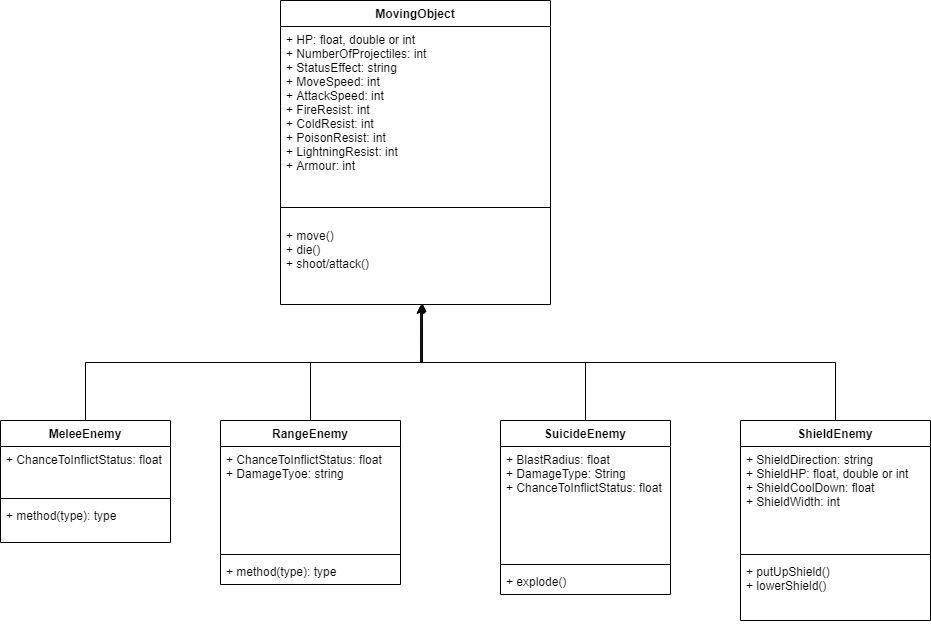
Earlier version of the draw.io export SE100-P0 Unity Game Project Class Diagram.png (asdqwe02/Project-NDC). Source tidied: cells renumbered, new cells last; positions are measured from the earlier drawing's top-left corner, leaving out a move shared by most shapes. Its diagram source:
```xml
<mxGraphModel>
  <root>
    <mxCell id="0" />
    <mxCell id="1" parent="0" />
    <mxCell id="2" value="MovingObject" style="swimlane;fontStyle=1;align=center;verticalAlign=top;horizontal=1;startSize=26;" parent="1" vertex="1">
      <mxGeometry x="280" width="270" height="304" as="geometry" />
    </mxCell>
    <mxCell id="3" value="+ HP: float, double or int&#10;+ NumberOfProjectiles: int&#10;+ StatusEffect: string&#10;+ MoveSpeed: int&#10;+ AttackSpeed: int&#10;+ FireResist: int&#10;+ ColdResist: int&#10;+ PoisonResist: int&#10;+ LightningResist: int&#10;+ Armour: int&#10;&#10; " style="text;strokeColor=none;fillColor=none;align=left;verticalAlign=top;spacingLeft=4;spacingRight=4;overflow=hidden;" parent="2" vertex="1">
      <mxGeometry y="26" width="270" height="166" as="geometry" />
    </mxCell>
    <mxCell id="4" style="line;strokeWidth=1;fillColor=none;align=left;verticalAlign=middle;spacingTop=-1;spacingLeft=3;spacingRight=3;labelPosition=right;" parent="2" vertex="1">
      <mxGeometry y="192" width="270" height="30" as="geometry" />
    </mxCell>
    <mxCell id="5" value="+ move()&#10;+ die()&#10;+ shoot/attack()" style="text;strokeColor=none;fillColor=none;align=left;verticalAlign=top;spacingLeft=4;spacingRight=4;overflow=hidden;points=[[0,0.5],[1,0.5]];portConstraint=eastwest;" parent="2" vertex="1">
      <mxGeometry y="222" width="270" height="82" as="geometry" />
    </mxCell>
    <mxCell id="6" style="edgeStyle=orthogonalEdgeStyle;rounded=0;jettySize=auto;html=1;entryX=0.523;entryY=1;entryDx=0;entryDy=0;entryPerimeter=0;" parent="1" edge="1" source="7" target="5">
      <mxGeometry relative="1" as="geometry" />
    </mxCell>
    <mxCell id="7" value="MeleeEnemy" style="swimlane;fontStyle=1;align=center;verticalAlign=top;horizontal=1;startSize=26;" parent="1" vertex="1">
      <mxGeometry y="420" width="170" height="122" as="geometry" />
    </mxCell>
    <mxCell id="8" value="+ ChanceToInflictStatus: float" style="text;strokeColor=none;fillColor=none;align=left;verticalAlign=top;spacingLeft=4;spacingRight=4;overflow=hidden;" parent="7" vertex="1">
      <mxGeometry y="26" width="170" height="48" as="geometry" />
    </mxCell>
    <mxCell id="9" style="line;strokeWidth=1;fillColor=none;align=left;verticalAlign=middle;spacingTop=-1;spacingLeft=3;spacingRight=3;labelPosition=right;" parent="7" vertex="1">
      <mxGeometry y="74" width="170" height="8" as="geometry" />
    </mxCell>
    <mxCell id="10" value="+ method(type): type" style="text;strokeColor=none;fillColor=none;align=left;verticalAlign=top;spacingLeft=4;spacingRight=4;overflow=hidden;" parent="7" vertex="1">
      <mxGeometry y="82" width="170" height="40" as="geometry" />
    </mxCell>
    <mxCell id="11" style="edgeStyle=orthogonalEdgeStyle;rounded=0;jettySize=auto;html=1;entryX=0.52;entryY=1;entryDx=0;entryDy=0;entryPerimeter=0;" parent="1" edge="1" source="12" target="5">
      <mxGeometry relative="1" as="geometry" />
    </mxCell>
    <mxCell id="12" value="RangeEnemy" style="swimlane;fontStyle=1;align=center;verticalAlign=top;horizontal=1;startSize=26;" parent="1" vertex="1">
      <mxGeometry x="220" y="420" width="180" height="164" as="geometry" />
    </mxCell>
    <mxCell id="13" value="+ ChanceToInflictStatus: float&#10;+ DamageTyoe: string&#10;" style="text;strokeColor=none;fillColor=none;align=left;verticalAlign=top;spacingLeft=4;spacingRight=4;overflow=hidden;" parent="12" vertex="1">
      <mxGeometry y="26" width="180" height="104" as="geometry" />
    </mxCell>
    <mxCell id="14" style="line;strokeWidth=1;fillColor=none;align=left;verticalAlign=middle;spacingTop=-1;spacingLeft=3;spacingRight=3;labelPosition=right;" parent="12" vertex="1">
      <mxGeometry y="130" width="180" height="8" as="geometry" />
    </mxCell>
    <mxCell id="15" value="+ method(type): type" style="text;strokeColor=none;fillColor=none;align=left;verticalAlign=top;spacingLeft=4;spacingRight=4;overflow=hidden;" parent="12" vertex="1">
      <mxGeometry y="138" width="180" height="26" as="geometry" />
    </mxCell>
    <mxCell id="16" style="edgeStyle=orthogonalEdgeStyle;rounded=0;jettySize=auto;html=1;entryX=0.526;entryY=0.988;entryDx=0;entryDy=0;entryPerimeter=0;" parent="1" edge="1" source="17" target="5">
      <mxGeometry relative="1" as="geometry" />
    </mxCell>
    <mxCell id="17" value="SuicideEnemy" style="swimlane;fontStyle=1;align=center;verticalAlign=top;horizontal=1;startSize=26;" parent="1" vertex="1">
      <mxGeometry x="500" y="420" width="170" height="174" as="geometry" />
    </mxCell>
    <mxCell id="18" value="+ BlastRadius: float&#10;+ DamageType: String&#10;+ ChanceToInflictStatus: float" style="text;strokeColor=none;fillColor=none;align=left;verticalAlign=top;spacingLeft=4;spacingRight=4;overflow=hidden;" parent="17" vertex="1">
      <mxGeometry y="26" width="170" height="114" as="geometry" />
    </mxCell>
    <mxCell id="19" style="line;strokeWidth=1;fillColor=none;align=left;verticalAlign=middle;spacingTop=-1;spacingLeft=3;spacingRight=3;labelPosition=right;" parent="17" vertex="1">
      <mxGeometry y="140" width="170" height="8" as="geometry" />
    </mxCell>
    <mxCell id="20" value="+ explode()" style="text;strokeColor=none;fillColor=none;align=left;verticalAlign=top;spacingLeft=4;spacingRight=4;overflow=hidden;" parent="17" vertex="1">
      <mxGeometry y="148" width="170" height="26" as="geometry" />
    </mxCell>
    <mxCell id="21" style="edgeStyle=orthogonalEdgeStyle;rounded=0;jettySize=auto;html=1;entryX=0.519;entryY=1.012;entryDx=0;entryDy=0;entryPerimeter=0;" parent="1" edge="1" source="22" target="5">
      <mxGeometry relative="1" as="geometry" />
    </mxCell>
    <mxCell id="22" value="ShieldEnemy" style="swimlane;fontStyle=1;align=center;verticalAlign=top;horizontal=1;startSize=26;" parent="1" vertex="1">
      <mxGeometry x="740" y="420" width="190" height="200" as="geometry" />
    </mxCell>
    <mxCell id="23" value="+ ShieldDirection: string&#10;+ ShieldHP: float, double or int&#10;+ ShieldCoolDown: float&#10;+ ShieldWidth: int" style="text;strokeColor=none;fillColor=none;align=left;verticalAlign=top;spacingLeft=4;spacingRight=4;overflow=hidden;" parent="22" vertex="1">
      <mxGeometry y="26" width="190" height="104" as="geometry" />
    </mxCell>
    <mxCell id="24" style="line;strokeWidth=1;fillColor=none;align=left;verticalAlign=middle;spacingTop=-1;spacingLeft=3;spacingRight=3;labelPosition=right;" parent="22" vertex="1">
      <mxGeometry y="130" width="190" height="8" as="geometry" />
    </mxCell>
    <mxCell id="25" value="+ putUpShield()&#10;+ lowerShield()" style="text;strokeColor=none;fillColor=none;align=left;verticalAlign=top;spacingLeft=4;spacingRight=4;overflow=hidden;" parent="22" vertex="1">
      <mxGeometry y="138" width="190" height="62" as="geometry" />
    </mxCell>
  </root>
</mxGraphModel>
```
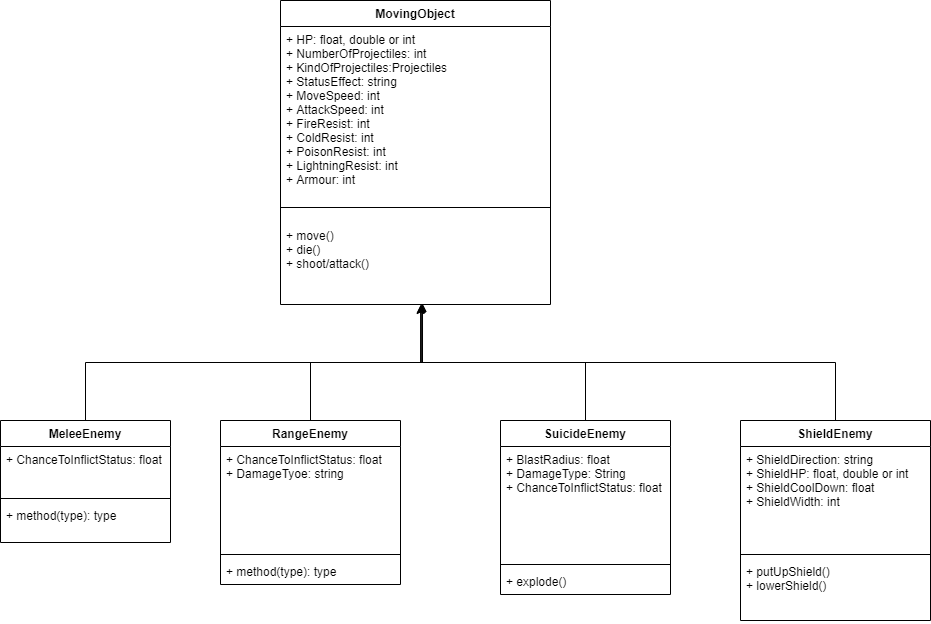
After the commit.

Diff of the diagram source:
```diff
@@ -5,7 +5,7 @@
     <mxCell id="2" value="MovingObject" style="swimlane;fontStyle=1;align=center;verticalAlign=top;horizontal=1;startSize=26;" parent="1" vertex="1">
       <mxGeometry x="280" width="270" height="304" as="geometry" />
     </mxCell>
-    <mxCell id="3" value="+ HP: float, double or int&#10;+ NumberOfProjectiles: int&#10;+ StatusEffect: string&#10;+ MoveSpeed: int&#10;+ AttackSpeed: int&#10;+ FireResist: int&#10;+ ColdResist: int&#10;+ PoisonResist: int&#10;+ LightningResist: int&#10;+ Armour: int&#10;&#10; " style="text;strokeColor=none;fillColor=none;align=left;verticalAlign=top;spacingLeft=4;spacingRight=4;overflow=hidden;" parent="2" vertex="1">
+    <mxCell id="3" value="+ HP: float, double or int&#10;+ NumberOfProjectiles: int&#10;+ KindOfProjectiles:Projectiles&#10;+ StatusEffect: string&#10;+ MoveSpeed: int&#10;+ AttackSpeed: int&#10;+ FireResist: int&#10;+ ColdResist: int&#10;+ PoisonResist: int&#10;+ LightningResist: int&#10;+ Armour: int&#10;&#10; " style="text;strokeColor=none;fillColor=none;align=left;verticalAlign=top;spacingLeft=4;spacingRight=4;overflow=hidden;" parent="2" vertex="1">
       <mxGeometry y="26" width="270" height="166" as="geometry" />
     </mxCell>
     <mxCell id="4" style="line;strokeWidth=1;fillColor=none;align=left;verticalAlign=middle;spacingTop=-1;spacingLeft=3;spacingRight=3;labelPosition=right;" parent="2" vertex="1">
```
